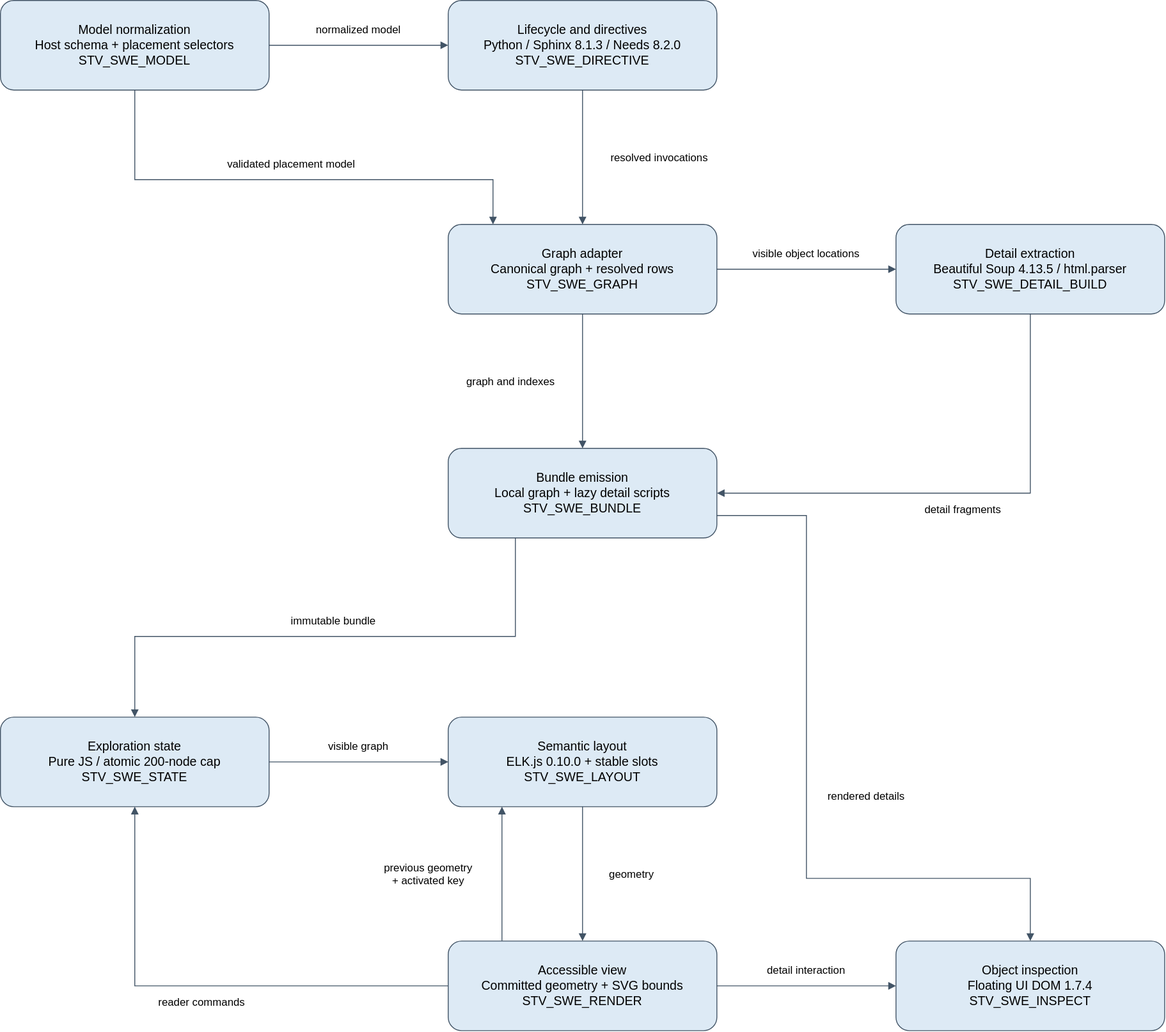
This is docs/architecture/diagrams/software-architecture.svg from sysblacksmith/STV_sphinx-traceability-view, a draw.io export, as it was before one commit. Source tidied: cells renumbered, new cells last; positions are measured from the earlier drawing's top-left corner, leaving out a move shared by most shapes.
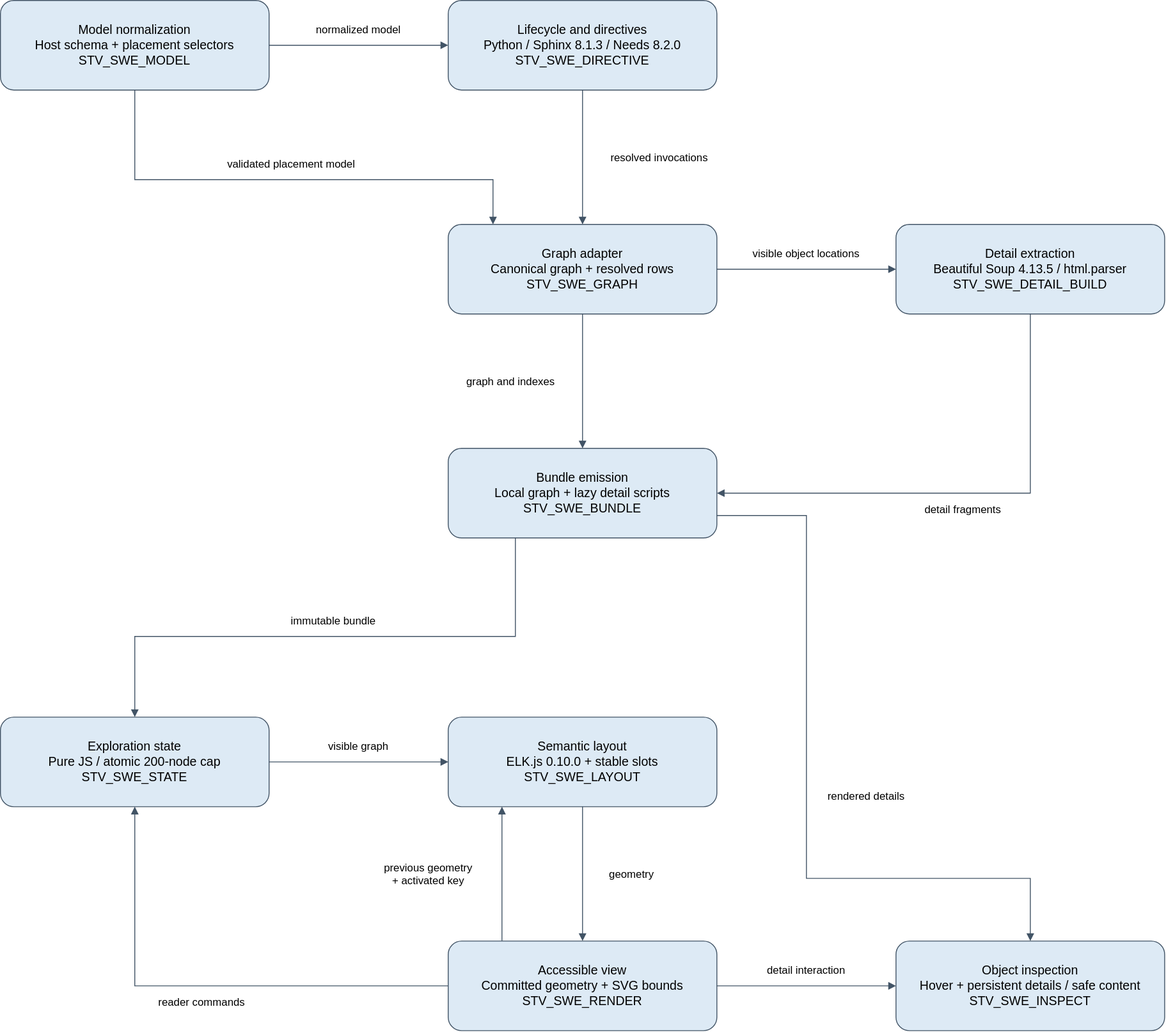
The same file after the commit.

What changed in the source:
```diff
@@ -26,7 +26,7 @@
     <mxCell id="9" value="Accessible view&#10;Committed geometry + SVG bounds&#10;STV_SWE_RENDER" style="rounded=1;whiteSpace=wrap;html=0;fillColor=#ddeaf5;strokeColor=#425466;fontSize=14;spacing=12;" parent="1" vertex="1">
       <mxGeometry x="500" y="1050" width="300" height="100" as="geometry" />
     </mxCell>
-    <mxCell id="10" value="Object inspection&#10;Floating UI DOM 1.7.4&#10;STV_SWE_INSPECT" style="rounded=1;whiteSpace=wrap;html=0;fillColor=#ddeaf5;strokeColor=#425466;fontSize=14;spacing=12;" parent="1" vertex="1">
+    <mxCell id="10" value="Object inspection&#10;Hover + persistent details / safe content&#10;STV_SWE_INSPECT" style="rounded=1;whiteSpace=wrap;html=0;fillColor=#ddeaf5;strokeColor=#425466;fontSize=14;spacing=12;" parent="1" vertex="1">
       <mxGeometry x="1000" y="1050" width="300" height="100" as="geometry" />
     </mxCell>
     <mxCell id="11" value="normalized model" style="edgeStyle=none;rounded=0;html=0;endArrow=block;endFill=1;strokeColor=#425466;fontSize=12;labelBackgroundColor=#ffffff;exitX=1;exitY=0.5;exitPerimeter=0;entryX=0;entryY=0.5;entryPerimeter=0;" parent="1" edge="1" source="3" target="2">
```
